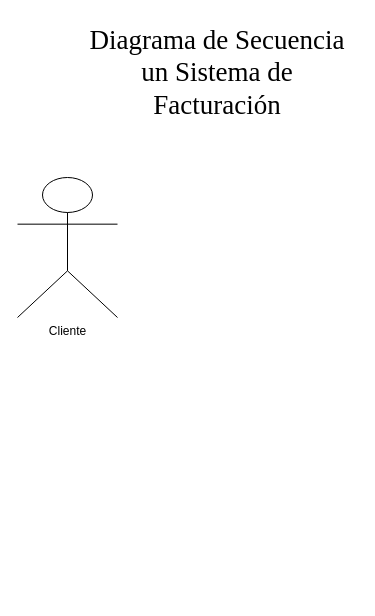
SamuelHerreraPerez/Laboratorio-Empresarial keeps this draw.io diagram as page "Diagrama de Secuencia" (2 of 3) of Diagramas de Factuiración.drawio. Above is the earlier version. Source tidied: cells renumbered, new cells numbered last; positions are measured from the earlier drawing's top-left corner, leaving out a move shared by most shapes. Both pictures are drawn from the tidied source at 100%, with x=0, y=0 at pixel (17, 17).
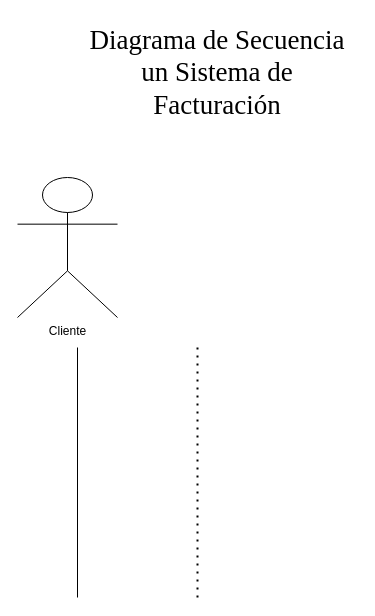
The same page after the edit.

What changed in the source:
```diff
@@
 <mxGraphModel>
   <root>
     <mxCell id="0" />
     <mxCell id="1" parent="0" />
     <mxCell id="2" value="Cliente&lt;div&gt;&lt;br&gt;&lt;/div&gt;" style="shape=umlActor;verticalLabelPosition=bottom;verticalAlign=top;html=1;" parent="1" vertex="1">
       <mxGeometry y="160" width="100" height="140" as="geometry" />
     </mxCell>
     <mxCell id="3" value="&lt;font style=&quot;font-size: 27px;&quot; face=&quot;Times New Roman&quot;&gt;Diagrama de Secuencia un Sistema de Facturación&lt;/font&gt;" style="text;html=1;align=center;verticalAlign=middle;whiteSpace=wrap;rounded=0;" parent="1" vertex="1">
       <mxGeometry x="60" width="280" height="110" as="geometry" />
     </mxCell>
+    <mxCell id="4" style="endArrow=none;html=1;rounded=0;" parent="1" edge="1">
+      <mxGeometry relative="1" as="geometry">
+        <mxPoint x="60" y="580" as="sourcePoint" />
+        <mxPoint x="60" y="330" as="targetPoint" />
+      </mxGeometry>
+    </mxCell>
+    <mxCell id="5" style="endArrow=none;dashed=1;html=1;dashPattern=1 3;strokeWidth=2;rounded=0;" parent="1" edge="1">
+      <mxGeometry relative="1" as="geometry">
+        <mxPoint x="180" y="580" as="sourcePoint" />
+        <mxPoint x="180" y="330" as="targetPoint" />
+      </mxGeometry>
+    </mxCell>
   </root>
 </mxGraphModel>
```
